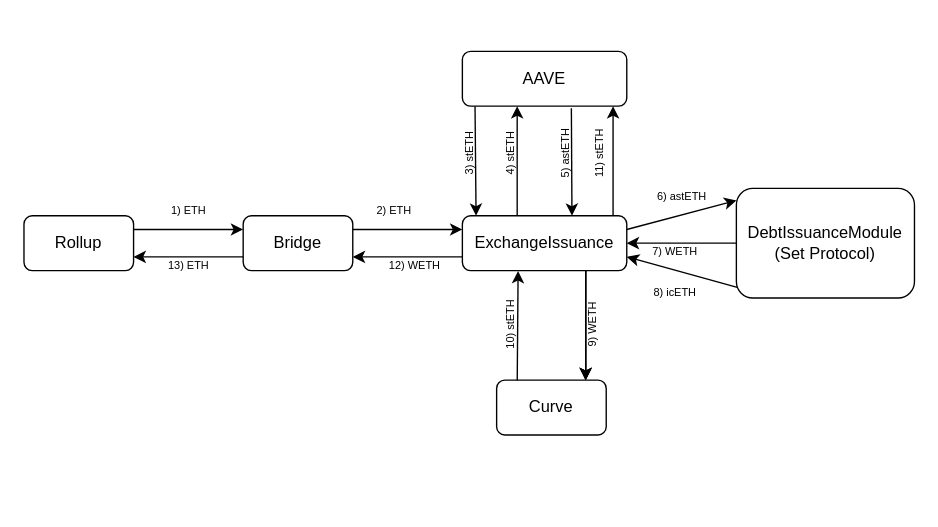
The draw.io diagram page "Issue" (1 of 4) of Issue icETH.drawio in tajobin/Diagrams, before the edit. Source tidied: cells renumbered, new cells numbered last; positions are measured from the earlier drawing's top-left corner, leaving out a move shared by most shapes. Both pictures are drawn from the tidied source at 137%, with x=0, y=0 at pixel (23, 51).
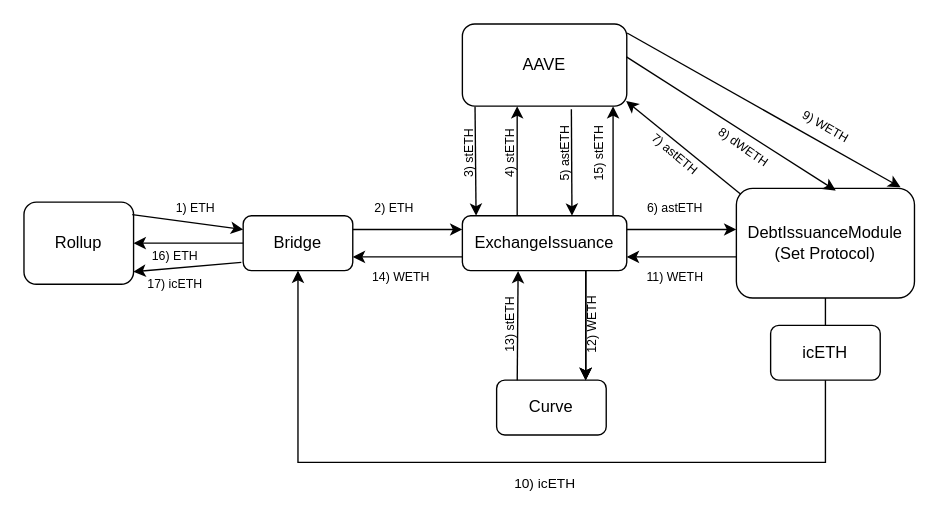
After the change.

Unchanged cells that the change refers to:
```xml
<mxCell id="2" value="Bridge" style="rounded=1;whiteSpace=wrap;html=1;" parent="1" vertex="1">
  <mxGeometry x="160" y="120" width="80" height="40" as="geometry" />
</mxCell>
<mxCell id="4" value="ExchangeIssuance" style="rounded=1;whiteSpace=wrap;html=1;" parent="1" vertex="1">
  <mxGeometry x="320" y="120" width="120" height="40" as="geometry" />
</mxCell>
<mxCell id="6" value="DebtIssuanceModule&lt;br&gt;(Set Protocol)" style="rounded=1;whiteSpace=wrap;html=1;" parent="1" vertex="1">
  <mxGeometry x="520" y="100" width="130" height="80" as="geometry" />
</mxCell>
```

Diff of the diagram source:
```diff
@@
     <mxCell id="3" value="Rollup" style="rounded=1;whiteSpace=wrap;html=1;" parent="1" vertex="1">
-      <mxGeometry y="120" width="80" height="40" as="geometry" />
+      <mxGeometry y="110" width="80" height="60" as="geometry" />
     </mxCell>
@@
     <mxCell id="7" value="AAVE" style="rounded=1;whiteSpace=wrap;html=1;" parent="1" vertex="1">
-      <mxGeometry x="320" width="120" height="40" as="geometry" />
+      <mxGeometry x="320" y="-20" width="120" height="60" as="geometry" />
     </mxCell>
-    <mxCell id="8" style="endArrow=classic;html=1;rounded=0;exitX=1;exitY=0.25;exitDx=0;exitDy=0;entryX=0;entryY=0.25;entryDx=0;entryDy=0;" parent="1" edge="1" source="3" target="2">
+    <mxCell id="8" style="endArrow=classic;html=1;rounded=0;exitX=0.988;exitY=0.153;exitDx=0;exitDy=0;entryX=0;entryY=0.25;entryDx=0;entryDy=0;exitPerimeter=0;" parent="1" edge="1" source="3" target="2">
       <mxGeometry relative="1" as="geometry" />
     </mxCell>
-    <mxCell id="9" value="&lt;font style=&quot;font-size: 8px;&quot;&gt;2) ETH&lt;/font&gt;" style="text;html=1;align=center;verticalAlign=middle;strokeColor=none;fillColor=none;" parent="1" vertex="1">
-      <mxGeometry x="245" y="100" width="50" height="30" as="geometry" />
+    <mxCell id="9" value="&lt;font style=&quot;font-size: 9px;&quot;&gt;2) ETH&lt;/font&gt;" style="text;html=1;align=center;verticalAlign=middle;strokeColor=none;fillColor=none;fontSize=9;" parent="1" vertex="1">
+      <mxGeometry x="245" y="105" width="50" height="20" as="geometry" />
     </mxCell>
@@
-    <mxCell id="11" value="&lt;font style=&quot;font-size: 8px;&quot;&gt;1) ETH&lt;/font&gt;" style="text;html=1;align=center;verticalAlign=middle;strokeColor=none;fillColor=none;" parent="1" vertex="1">
-      <mxGeometry x="95" y="100" width="50" height="30" as="geometry" />
+    <mxCell id="11" value="&lt;font style=&quot;font-size: 9px;&quot;&gt;1) ETH&lt;/font&gt;" style="text;html=1;align=center;verticalAlign=middle;strokeColor=none;fillColor=none;fontSize=9;" parent="1" vertex="1">
+      <mxGeometry x="100" y="105" width="50" height="20" as="geometry" />
     </mxCell>
@@
-    <mxCell id="13" value="3) stETH" style="text;html=1;align=center;verticalAlign=middle;strokeColor=none;fillColor=none;rotation=-90;fontSize=8;" parent="1" vertex="1">
+    <mxCell id="13" value="3) stETH" style="text;html=1;align=center;verticalAlign=middle;strokeColor=none;fillColor=none;rotation=-90;fontSize=9;" parent="1" vertex="1">
       <mxGeometry x="295" y="65" width="60" height="20" as="geometry" />
     </mxCell>
@@
-    <mxCell id="15" value="4) stETH" style="text;html=1;align=center;verticalAlign=middle;strokeColor=none;fillColor=none;rotation=-90;fontSize=8;" parent="1" vertex="1">
+    <mxCell id="15" value="4) stETH" style="text;html=1;align=center;verticalAlign=middle;strokeColor=none;fillColor=none;rotation=-90;fontSize=9;" parent="1" vertex="1">
       <mxGeometry x="325" y="65" width="60" height="20" as="geometry" />
     </mxCell>
@@
-    <mxCell id="17" value="5) astETH" style="text;html=1;align=center;verticalAlign=middle;strokeColor=none;fillColor=none;rotation=-90;fontSize=8;" parent="1" vertex="1">
+    <mxCell id="17" value="5) astETH" style="text;html=1;align=center;verticalAlign=middle;strokeColor=none;fillColor=none;rotation=-90;fontSize=9;" parent="1" vertex="1">
       <mxGeometry x="365" y="65" width="60" height="20" as="geometry" />
     </mxCell>
@@
-    <mxCell id="19" value="11) stETH" style="text;html=1;align=center;verticalAlign=middle;strokeColor=none;fillColor=none;rotation=-90;fontSize=8;" parent="1" vertex="1">
+    <mxCell id="19" value="15) stETH" style="text;html=1;align=center;verticalAlign=middle;strokeColor=none;fillColor=none;rotation=-90;fontSize=9;" parent="1" vertex="1">
       <mxGeometry x="390" y="65" width="60" height="20" as="geometry" />
     </mxCell>
-    <mxCell id="20" style="endArrow=classic;html=1;rounded=0;fontSize=8;entryX=0.001;entryY=0.11;entryDx=0;entryDy=0;entryPerimeter=0;" parent="1" edge="1" target="6">
+    <mxCell id="20" style="endArrow=classic;html=1;rounded=0;fontSize=8;" parent="1" edge="1">
       <mxGeometry relative="1" as="geometry">
         <mxPoint x="440" y="130" as="sourcePoint" />
+        <mxPoint x="520" y="130" as="targetPoint" />
       </mxGeometry>
     </mxCell>
-    <mxCell id="21" value="&lt;font style=&quot;font-size: 8px;&quot;&gt;6) astETH&lt;/font&gt;" style="text;html=1;align=center;verticalAlign=middle;strokeColor=none;fillColor=none;" parent="1" vertex="1">
-      <mxGeometry x="450" y="90" width="60" height="30" as="geometry" />
+    <mxCell id="21" value="&lt;font style=&quot;font-size: 9px;&quot;&gt;6) astETH&lt;/font&gt;" style="text;html=1;align=center;verticalAlign=middle;strokeColor=none;fillColor=none;rotation=0;fontSize=9;" parent="1" vertex="1">
+      <mxGeometry x="445" y="105" width="60" height="20" as="geometry" />
     </mxCell>
-    <mxCell id="22" style="endArrow=classic;html=1;rounded=0;fontSize=8;entryX=1;entryY=0.5;entryDx=0;entryDy=0;exitX=0;exitY=0.5;exitDx=0;exitDy=0;" parent="1" edge="1" source="6" target="4">
+    <mxCell id="22" style="endArrow=classic;html=1;rounded=0;fontSize=8;entryX=1;entryY=0.75;entryDx=0;entryDy=0;startArrow=none;" parent="1" edge="1" target="4">
       <mxGeometry relative="1" as="geometry">
-        <Array as="points">
-          <mxPoint x="490" y="140" />
-        </Array>
+        <mxPoint x="520" y="150" as="sourcePoint" />
       </mxGeometry>
     </mxCell>
-    <mxCell id="23" value="&lt;font style=&quot;font-size: 8px;&quot;&gt;7) WETH&lt;/font&gt;" style="text;html=1;align=center;verticalAlign=middle;strokeColor=none;fillColor=none;" parent="1" vertex="1">
-      <mxGeometry x="445" y="130" width="60" height="30" as="geometry" />
-    </mxCell>
-    <mxCell id="24" style="endArrow=classic;html=1;rounded=0;fontSize=8;exitX=0.005;exitY=0.904;exitDx=0;exitDy=0;exitPerimeter=0;entryX=1;entryY=0.75;entryDx=0;entryDy=0;" parent="1" edge="1" source="6" target="4">
-      <mxGeometry relative="1" as="geometry" />
-    </mxCell>
-    <mxCell id="25" value="&lt;font style=&quot;font-size: 8px;&quot;&gt;8) icETH&lt;/font&gt;" style="text;html=1;align=center;verticalAlign=middle;strokeColor=none;fillColor=none;" parent="1" vertex="1">
-      <mxGeometry x="450" y="160" width="50" height="30" as="geometry" />
-    </mxCell>
@@
-    <mxCell id="27" value="9) WETH" style="text;html=1;align=center;verticalAlign=middle;strokeColor=none;fillColor=none;rotation=-90;fontSize=8;" parent="1" vertex="1">
-      <mxGeometry x="385" y="190" width="60" height="20" as="geometry" />
+    <mxCell id="27" value="12) WETH" style="text;html=1;align=center;verticalAlign=middle;strokeColor=none;fillColor=none;rotation=-90;fontSize=9;" parent="1" vertex="1">
+      <mxGeometry x="380" y="190" width="70" height="20" as="geometry" />
     </mxCell>
@@
-    <mxCell id="31" value="10) stETH" style="text;html=1;align=center;verticalAlign=middle;strokeColor=none;fillColor=none;rotation=-90;fontSize=8;" parent="1" vertex="1">
+    <mxCell id="31" value="13) stETH" style="text;html=1;align=center;verticalAlign=middle;strokeColor=none;fillColor=none;rotation=-90;fontSize=9;" parent="1" vertex="1">
       <mxGeometry x="325" y="190" width="60" height="20" as="geometry" />
     </mxCell>
@@
-    <mxCell id="33" value="&lt;font style=&quot;font-size: 8px;&quot;&gt;12) WETH&lt;/font&gt;" style="text;html=1;align=center;verticalAlign=middle;strokeColor=none;fillColor=none;" parent="1" vertex="1">
-      <mxGeometry x="255" y="140" width="60" height="30" as="geometry" />
+    <mxCell id="33" value="&lt;font style=&quot;font-size: 9px;&quot;&gt;14) WETH&lt;/font&gt;" style="text;html=1;align=center;verticalAlign=middle;strokeColor=none;fillColor=none;fontSize=9;" parent="1" vertex="1">
+      <mxGeometry x="240" y="155" width="70" height="20" as="geometry" />
     </mxCell>
-    <mxCell id="34" style="endArrow=classic;html=1;rounded=0;fontSize=8;entryX=1;entryY=0.75;entryDx=0;entryDy=0;exitX=0;exitY=0.75;exitDx=0;exitDy=0;" parent="1" edge="1" source="2" target="3">
+    <mxCell id="34" style="endArrow=classic;html=1;rounded=0;fontSize=8;entryX=1;entryY=0.5;entryDx=0;entryDy=0;exitX=0;exitY=0.5;exitDx=0;exitDy=0;" parent="1" edge="1" source="2" target="3">
       <mxGeometry relative="1" as="geometry" />
     </mxCell>
-    <mxCell id="35" value="&lt;font style=&quot;font-size: 8px;&quot;&gt;13) ETH&lt;/font&gt;" style="text;html=1;align=center;verticalAlign=middle;strokeColor=none;fillColor=none;" parent="1" vertex="1">
-      <mxGeometry x="95" y="140" width="50" height="30" as="geometry" />
+    <mxCell id="35" value="&lt;font style=&quot;font-size: 9px;&quot;&gt;16) ETH&lt;/font&gt;" style="text;html=1;align=center;verticalAlign=middle;strokeColor=none;fillColor=none;fontSize=9;" parent="1" vertex="1">
+      <mxGeometry x="80" y="140" width="60" height="20" as="geometry" />
     </mxCell>
+    <mxCell id="36" style="endArrow=classic;html=1;rounded=0;entryX=0.996;entryY=0.936;entryDx=0;entryDy=0;entryPerimeter=0;exitX=0.023;exitY=0.052;exitDx=0;exitDy=0;exitPerimeter=0;" parent="1" edge="1" source="6" target="7">
+      <mxGeometry relative="1" as="geometry" />
+    </mxCell>
+    <mxCell id="37" value="&lt;font style=&quot;font-size: 9px;&quot;&gt;7) astETH&lt;/font&gt;" style="text;html=1;align=center;verticalAlign=middle;strokeColor=none;fillColor=none;rotation=40;fontSize=9;" parent="1" vertex="1">
+      <mxGeometry x="445" y="65" width="60" height="20" as="geometry" />
+    </mxCell>
+    <mxCell id="38" style="endArrow=classic;html=1;rounded=0;exitX=0.998;exitY=0.4;exitDx=0;exitDy=0;exitPerimeter=0;entryX=0.558;entryY=0.02;entryDx=0;entryDy=0;entryPerimeter=0;" parent="1" edge="1" source="7" target="6">
+      <mxGeometry relative="1" as="geometry" />
+    </mxCell>
+    <mxCell id="39" style="endArrow=classic;html=1;rounded=0;exitX=1.002;exitY=0.11;exitDx=0;exitDy=0;exitPerimeter=0;entryX=0.922;entryY=-0.01;entryDx=0;entryDy=0;entryPerimeter=0;" parent="1" edge="1" source="7" target="6">
+      <mxGeometry relative="1" as="geometry" />
+    </mxCell>
+    <mxCell id="40" value="&lt;font style=&quot;font-size: 9px;&quot;&gt;8) dWETH&lt;/font&gt;" style="text;html=1;align=center;verticalAlign=middle;strokeColor=none;fillColor=none;rotation=35;fontSize=9;" parent="1" vertex="1">
+      <mxGeometry x="490" y="60" width="70" height="20" as="geometry" />
+    </mxCell>
+    <mxCell id="41" value="&lt;font style=&quot;font-size: 9px;&quot;&gt;9) WETH&lt;/font&gt;" style="text;html=1;align=center;verticalAlign=middle;strokeColor=none;fillColor=none;rotation=30;fontSize=9;" parent="1" vertex="1">
+      <mxGeometry x="555" y="45" width="60" height="20" as="geometry" />
+    </mxCell>
+    <mxCell id="42" value="icETH" style="rounded=1;whiteSpace=wrap;html=1;" parent="1" vertex="1">
+      <mxGeometry x="545" y="200" width="80" height="40" as="geometry" />
+    </mxCell>
+    <mxCell id="43" style="endArrow=classic;html=1;rounded=0;" parent="1" edge="1" source="42" target="2">
+      <mxGeometry relative="1" as="geometry">
+        <Array as="points">
+          <mxPoint x="585" y="300" />
+          <mxPoint x="200" y="300" />
+        </Array>
+      </mxGeometry>
+    </mxCell>
+    <mxCell id="44" value="&lt;font style=&quot;font-size: 10px;&quot;&gt;10) icETH&lt;/font&gt;" style="text;html=1;align=center;verticalAlign=middle;strokeColor=none;fillColor=none;rotation=0;fontSize=10;" parent="1" vertex="1">
+      <mxGeometry x="345" y="300" width="70" height="30" as="geometry" />
+    </mxCell>
+    <mxCell id="45" style="endArrow=none;html=1;rounded=0;" parent="1" edge="1" source="6" target="42">
+      <mxGeometry relative="1" as="geometry" />
+    </mxCell>
+    <mxCell id="46" style="edgeStyle=orthogonalEdgeStyle;rounded=0;orthogonalLoop=1;jettySize=auto;html=1;exitX=0.5;exitY=1;exitDx=0;exitDy=0;" parent="1" edge="1" source="3" target="3">
+      <mxGeometry relative="1" as="geometry" />
+    </mxCell>
+    <mxCell id="47" style="endArrow=classic;html=1;rounded=0;exitX=-0.017;exitY=0.85;exitDx=0;exitDy=0;entryX=0.998;entryY=0.847;entryDx=0;entryDy=0;entryPerimeter=0;exitPerimeter=0;" parent="1" edge="1" source="2" target="3">
+      <mxGeometry relative="1" as="geometry" />
+    </mxCell>
+    <mxCell id="48" value="&lt;font style=&quot;font-size: 9px;&quot;&gt;17) icETH&lt;/font&gt;" style="text;html=1;align=center;verticalAlign=middle;strokeColor=none;fillColor=none;rotation=0;fontSize=9;" parent="1" vertex="1">
+      <mxGeometry x="80" y="160" width="60" height="20" as="geometry" />
+    </mxCell>
+    <mxCell id="23" value="&lt;font style=&quot;font-size: 9px;&quot;&gt;11) WETH&lt;/font&gt;" style="text;html=1;align=center;verticalAlign=middle;strokeColor=none;fillColor=none;fontSize=9;" parent="1" vertex="1">
+      <mxGeometry x="445" y="155" width="60" height="20" as="geometry" />
+    </mxCell>
```
